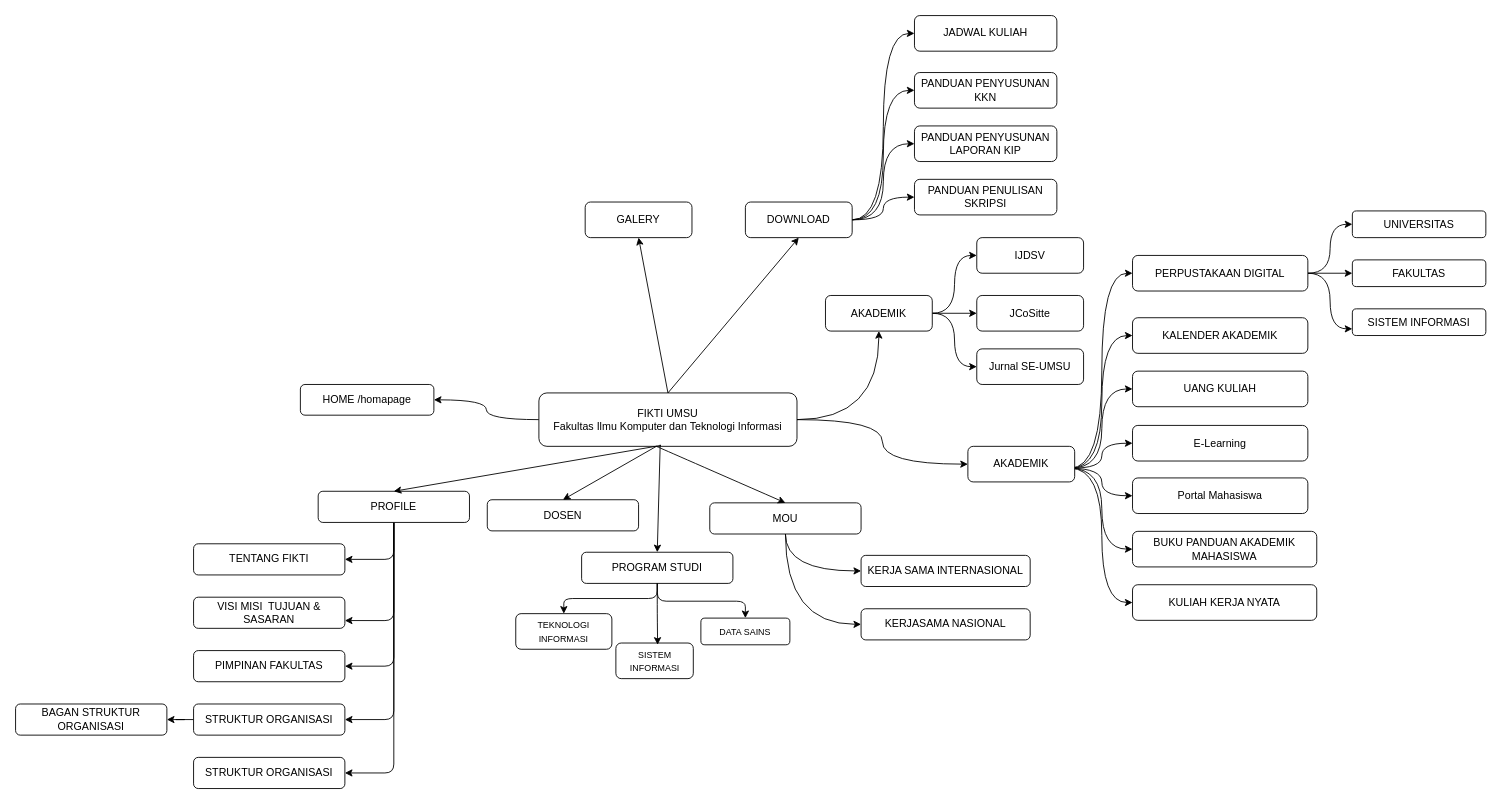
Before: subjects/fikti_umsu.drawio in azzaky9/middlewares-flowcharts, a draw.io diagram. Source tidied: cells renumbered, new cells numbered last; positions are measured from the earlier drawing's top-left corner, leaving out a move shared by most shapes. Both pictures are drawn from the tidied source at 89%, with x=0, y=0 at pixel (15, 15).
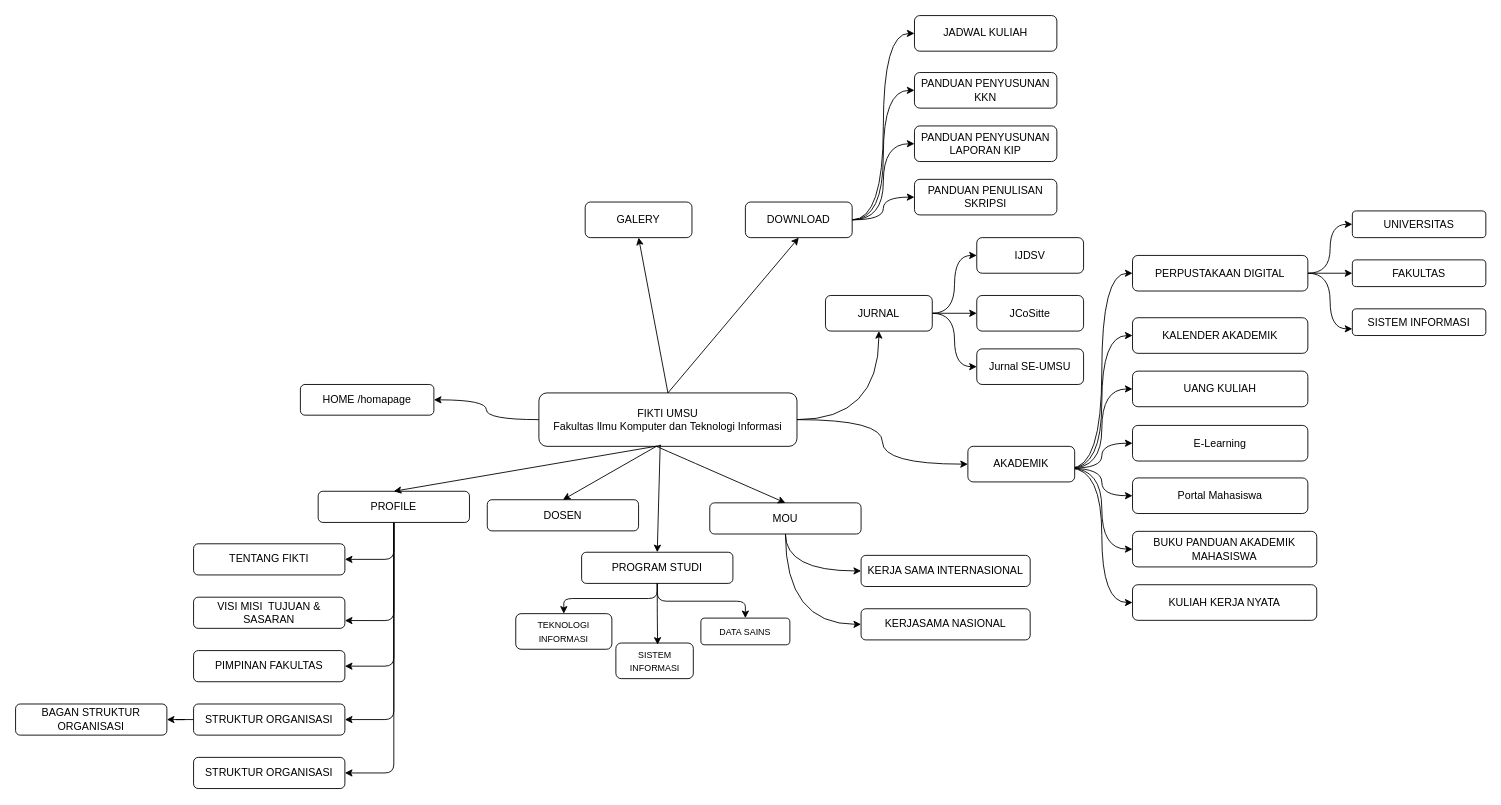
After the change.

The edit, as a diff of the source:
```diff
@@
-    <mxCell id="52" value="AKADEMIK" style="rounded=1;whiteSpace=wrap;html=1;" parent="1" vertex="1">
+    <mxCell id="52" value="JURNAL" style="rounded=1;whiteSpace=wrap;html=1;" parent="1" vertex="1">
       <mxGeometry x="910" y="314.5" width="120" height="40" as="geometry" />
     </mxCell>
```
